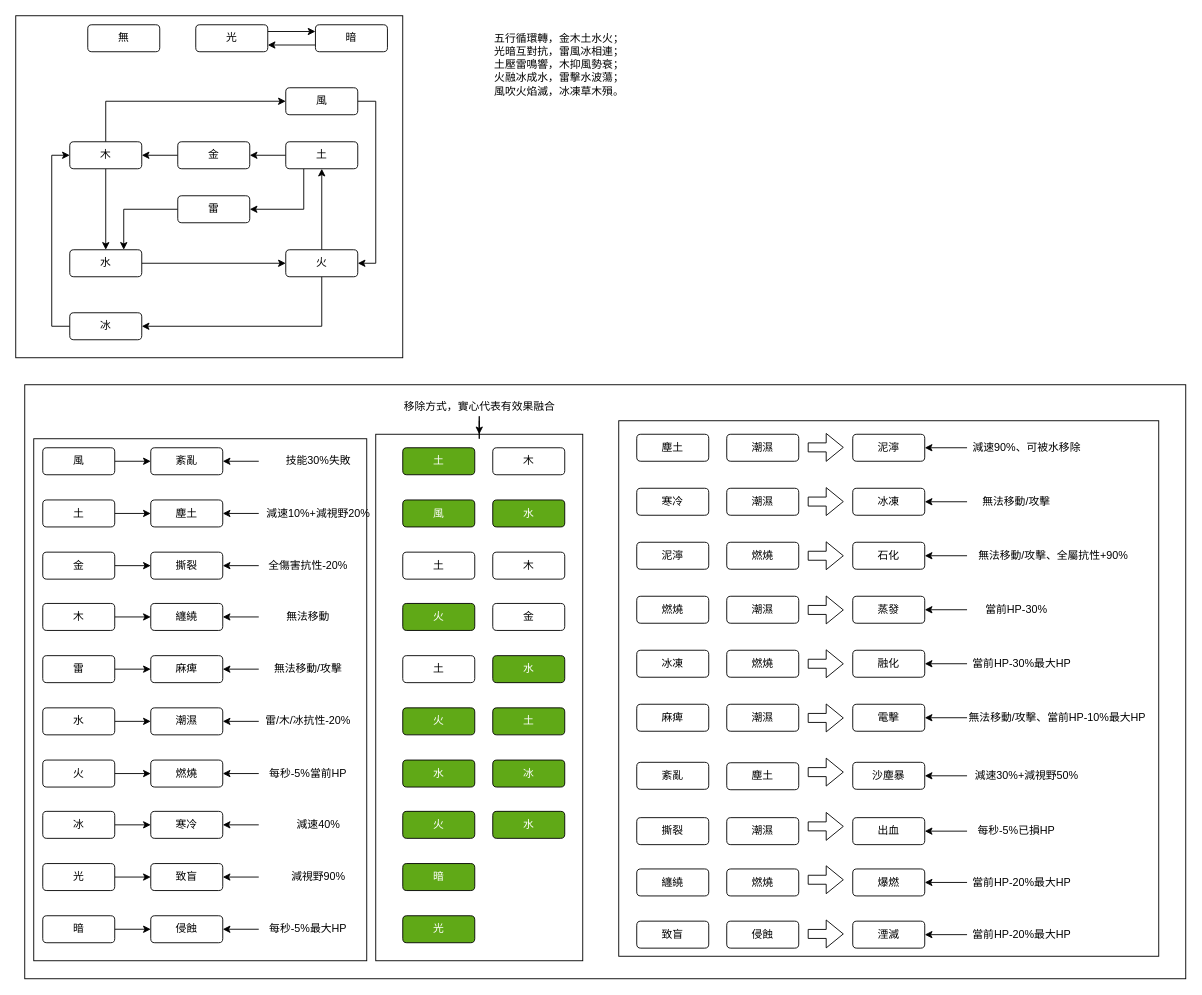
The draw.io diagram page "屬性交互表" (3 of 4) of 計劃書.drawio in jui-pixel/aoop_2025_group12_Alchmey_RPG_game, before the edit. Source tidied: cells renumbered, new cells numbered last; positions are measured from the earlier drawing's top-left corner, leaving out a move shared by most shapes. Both pictures are drawn from the tidied source at 90%, with x=0, y=0 at pixel (15, 15).
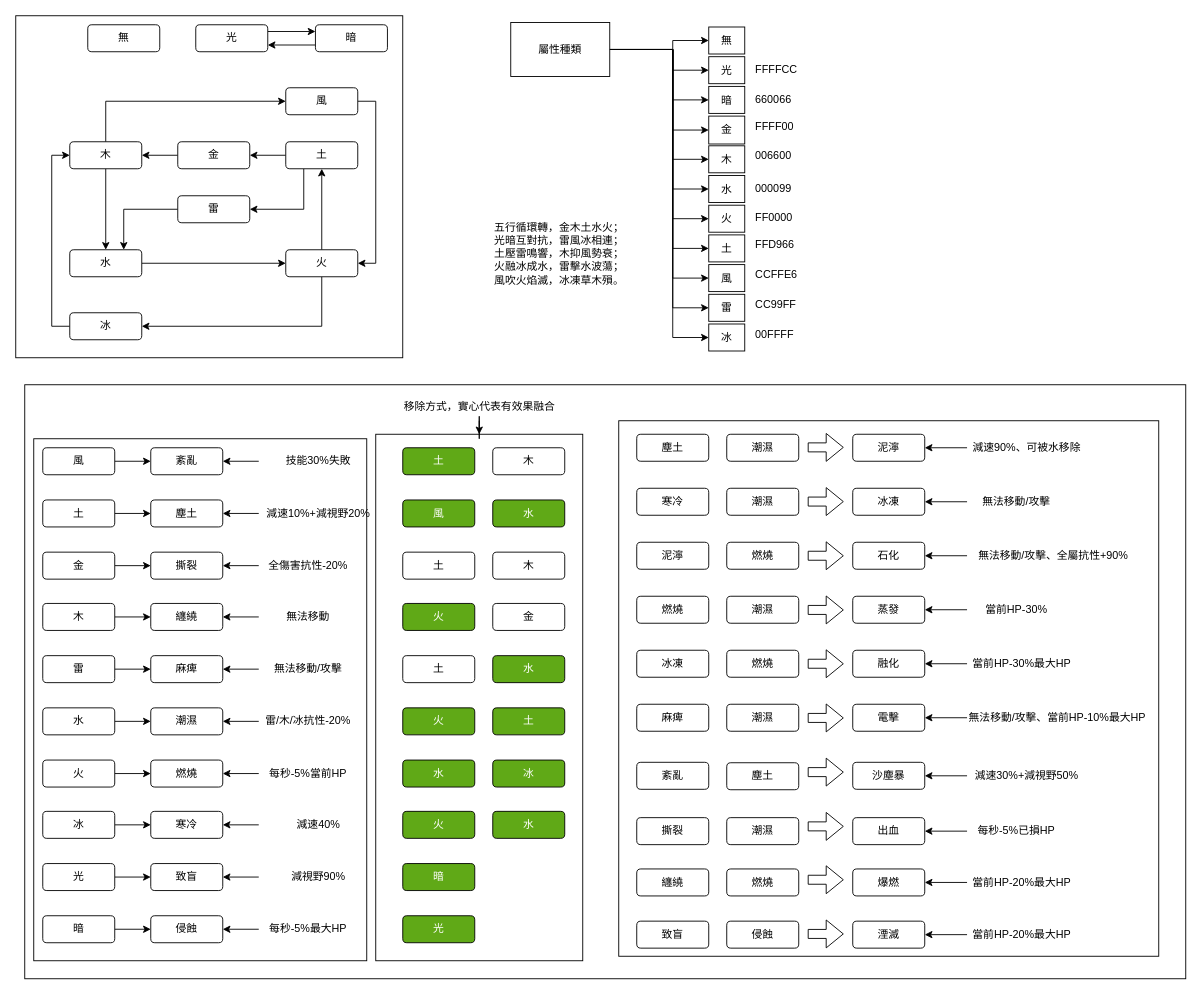
The same diagram, later.

Diff of the diagram source:
```diff
@@
     <mxCell id="2" value="&lt;p dir=&quot;auto&quot; style=&quot;white-space: pre-wrap;&quot;&gt;五行循環轉，金木土水火；&#10;光暗互對抗，雷風冰相連；&#10;土壓雷鳴響，木抑風勢衰；&#10;火融冰成水，雷擊水波蕩；&#10;風吹火焰滅，冰凍草木殞。&lt;/p&gt;" style="text;whiteSpace=wrap;html=1;labelBackgroundColor=none;" parent="1" vertex="1">
-      <mxGeometry x="530" width="170" height="110" as="geometry" />
+      <mxGeometry x="530" y="210" width="170" height="110" as="geometry" />
     </mxCell>
@@
+    <mxCell id="166" value="光" style="whiteSpace=wrap;html=1;rounded=0;strokeColor=light-dark(#000000,#FFFFCC);" parent="1" vertex="1">
+      <mxGeometry x="770" y="45.5" width="40" height="30" as="geometry" />
+    </mxCell>
+    <mxCell id="167" value="暗" style="whiteSpace=wrap;html=1;rounded=0;strokeColor=light-dark(#000000,#660066);" parent="1" vertex="1">
+      <mxGeometry x="770" y="78.5" width="40" height="30" as="geometry" />
+    </mxCell>
+    <mxCell id="168" value="金" style="whiteSpace=wrap;html=1;rounded=0;strokeColor=light-dark(#000000,#FFFF00);" parent="1" vertex="1">
+      <mxGeometry x="770" y="111.5" width="40" height="31" as="geometry" />
+    </mxCell>
+    <mxCell id="169" value="木" style="whiteSpace=wrap;html=1;rounded=0;strokeColor=light-dark(#000000,#006600);" parent="1" vertex="1">
+      <mxGeometry x="770" y="144.5" width="40" height="30" as="geometry" />
+    </mxCell>
+    <mxCell id="170" value="風" style="whiteSpace=wrap;html=1;rounded=0;strokeColor=light-dark(#000000,#CCFFE6);" parent="1" vertex="1">
+      <mxGeometry x="770" y="276.5" width="40" height="30" as="geometry" />
+    </mxCell>
+    <mxCell id="171" value="雷" style="whiteSpace=wrap;html=1;rounded=0;strokeColor=light-dark(#000000,#CC99FF);" parent="1" vertex="1">
+      <mxGeometry x="770" y="309.5" width="40" height="30" as="geometry" />
+    </mxCell>
+    <mxCell id="172" value="冰" style="whiteSpace=wrap;html=1;rounded=0;strokeColor=light-dark(#000000,#00FFFF);" parent="1" vertex="1">
+      <mxGeometry x="770" y="342.5" width="40" height="30" as="geometry" />
+    </mxCell>
+    <mxCell id="173" value="水" style="whiteSpace=wrap;html=1;rounded=0;strokeColor=light-dark(#000000,#000099);" parent="1" vertex="1">
+      <mxGeometry x="770" y="177.5" width="40" height="30" as="geometry" />
+    </mxCell>
+    <mxCell id="174" value="火" style="whiteSpace=wrap;html=1;rounded=0;strokeColor=light-dark(#000000,#FF0000);" parent="1" vertex="1">
+      <mxGeometry x="770" y="210.5" width="40" height="30" as="geometry" />
+    </mxCell>
+    <mxCell id="175" value="土" style="whiteSpace=wrap;html=1;rounded=0;strokeColor=light-dark(#000000,#FFD966);" parent="1" vertex="1">
+      <mxGeometry x="770" y="243.5" width="40" height="30" as="geometry" />
+    </mxCell>
+    <mxCell id="176" value="無" style="whiteSpace=wrap;html=1;rounded=0;" parent="1" vertex="1">
+      <mxGeometry x="770" y="12.5" width="40" height="30" as="geometry" />
+    </mxCell>
+    <mxCell id="177" style="edgeStyle=orthogonalEdgeStyle;rounded=0;jettySize=auto;html=1;entryX=0;entryY=0.5;entryDx=0;entryDy=0;" parent="1" edge="1" source="188" target="176">
+      <mxGeometry relative="1" as="geometry">
+        <Array as="points">
+          <mxPoint x="730" y="37.5" />
+          <mxPoint x="730" y="27.5" />
+        </Array>
+      </mxGeometry>
+    </mxCell>
+    <mxCell id="178" style="edgeStyle=orthogonalEdgeStyle;rounded=0;jettySize=auto;html=1;entryX=0;entryY=0.5;entryDx=0;entryDy=0;" parent="1" edge="1" source="188" target="166">
+      <mxGeometry relative="1" as="geometry">
+        <Array as="points">
+          <mxPoint x="730" y="37.5" />
+          <mxPoint x="730" y="60.5" />
+        </Array>
+      </mxGeometry>
+    </mxCell>
+    <mxCell id="179" style="edgeStyle=orthogonalEdgeStyle;rounded=0;jettySize=auto;html=1;entryX=0;entryY=0.5;entryDx=0;entryDy=0;" parent="1" edge="1" source="188" target="167">
+      <mxGeometry relative="1" as="geometry">
+        <Array as="points">
+          <mxPoint x="730" y="37.5" />
+          <mxPoint x="730" y="93.5" />
+        </Array>
+      </mxGeometry>
+    </mxCell>
+    <mxCell id="180" style="edgeStyle=orthogonalEdgeStyle;rounded=0;jettySize=auto;html=1;entryX=0;entryY=0.5;entryDx=0;entryDy=0;" parent="1" edge="1" source="188" target="168">
+      <mxGeometry relative="1" as="geometry">
+        <Array as="points">
+          <mxPoint x="730" y="37.5" />
+          <mxPoint x="730" y="127.5" />
+        </Array>
+      </mxGeometry>
+    </mxCell>
+    <mxCell id="181" style="edgeStyle=orthogonalEdgeStyle;rounded=0;jettySize=auto;html=1;entryX=0;entryY=0.5;entryDx=0;entryDy=0;" parent="1" edge="1" source="188" target="169">
+      <mxGeometry relative="1" as="geometry">
+        <Array as="points">
+          <mxPoint x="730" y="37.5" />
+          <mxPoint x="730" y="159.5" />
+        </Array>
+      </mxGeometry>
+    </mxCell>
+    <mxCell id="182" style="edgeStyle=orthogonalEdgeStyle;rounded=0;jettySize=auto;html=1;entryX=0;entryY=0.5;entryDx=0;entryDy=0;" parent="1" edge="1" source="188" target="173">
+      <mxGeometry relative="1" as="geometry">
+        <Array as="points">
+          <mxPoint x="730" y="37.5" />
+          <mxPoint x="730" y="192.5" />
+        </Array>
+      </mxGeometry>
+    </mxCell>
+    <mxCell id="183" style="edgeStyle=orthogonalEdgeStyle;rounded=0;jettySize=auto;html=1;entryX=0;entryY=0.5;entryDx=0;entryDy=0;" parent="1" edge="1" source="188" target="174">
+      <mxGeometry relative="1" as="geometry">
+        <Array as="points">
+          <mxPoint x="730" y="37.5" />
+          <mxPoint x="730" y="225.5" />
+        </Array>
+      </mxGeometry>
+    </mxCell>
+    <mxCell id="184" style="edgeStyle=orthogonalEdgeStyle;rounded=0;jettySize=auto;html=1;entryX=0;entryY=0.5;entryDx=0;entryDy=0;" parent="1" edge="1" source="188" target="175">
+      <mxGeometry relative="1" as="geometry">
+        <Array as="points">
+          <mxPoint x="730" y="37.5" />
+          <mxPoint x="730" y="258.5" />
+        </Array>
+      </mxGeometry>
+    </mxCell>
+    <mxCell id="185" style="edgeStyle=orthogonalEdgeStyle;rounded=0;jettySize=auto;html=1;entryX=0;entryY=0.5;entryDx=0;entryDy=0;" parent="1" edge="1" source="188" target="170">
+      <mxGeometry relative="1" as="geometry">
+        <Array as="points">
+          <mxPoint x="730" y="37.5" />
+          <mxPoint x="730" y="291.5" />
+        </Array>
+      </mxGeometry>
+    </mxCell>
+    <mxCell id="186" style="edgeStyle=orthogonalEdgeStyle;rounded=0;jettySize=auto;html=1;entryX=0;entryY=0.5;entryDx=0;entryDy=0;" parent="1" edge="1" source="188" target="171">
+      <mxGeometry relative="1" as="geometry">
+        <Array as="points">
+          <mxPoint x="730" y="37.5" />
+          <mxPoint x="730" y="324.5" />
+        </Array>
+      </mxGeometry>
+    </mxCell>
+    <mxCell id="187" style="edgeStyle=orthogonalEdgeStyle;rounded=0;jettySize=auto;html=1;entryX=0;entryY=0.5;entryDx=0;entryDy=0;" parent="1" edge="1" source="188" target="172">
+      <mxGeometry relative="1" as="geometry">
+        <Array as="points">
+          <mxPoint x="730" y="37.5" />
+          <mxPoint x="730" y="357.5" />
+        </Array>
+      </mxGeometry>
+    </mxCell>
+    <mxCell id="188" value="屬性種類" style="rounded=0;whiteSpace=wrap;html=1;" parent="1" vertex="1">
+      <mxGeometry x="550" y="7.5" width="110" height="60" as="geometry" />
+    </mxCell>
+    <mxCell id="189" value="FFFFCC" style="text;whiteSpace=wrap;fontColor=light-dark(#000000,#FFFFCC);" parent="1" vertex="1">
+      <mxGeometry x="820" y="45.5" width="50" height="30" as="geometry" />
+    </mxCell>
+    <mxCell id="190" value="660066" style="text;whiteSpace=wrap;fontColor=light-dark(#000000,#660066);" parent="1" vertex="1">
+      <mxGeometry x="820" y="78.5" width="50" height="30" as="geometry" />
+    </mxCell>
+    <mxCell id="191" value="FFFF00" style="text;whiteSpace=wrap;fontColor=light-dark(#000000,#FFFF00);" parent="1" vertex="1">
+      <mxGeometry x="820" y="108.5" width="50" height="30" as="geometry" />
+    </mxCell>
+    <mxCell id="192" value="006600" style="text;whiteSpace=wrap;fontColor=light-dark(#000000,#006600);" parent="1" vertex="1">
+      <mxGeometry x="820" y="141.5" width="50" height="30" as="geometry" />
+    </mxCell>
+    <mxCell id="193" value="000099" style="text;whiteSpace=wrap;fontColor=light-dark(#000000,#000099);" parent="1" vertex="1">
+      <mxGeometry x="820" y="177.5" width="50" height="30" as="geometry" />
+    </mxCell>
+    <mxCell id="194" value="FF0000" style="text;whiteSpace=wrap;fontColor=light-dark(#000000,#FF0000);" parent="1" vertex="1">
+      <mxGeometry x="820" y="210.5" width="50" height="30" as="geometry" />
+    </mxCell>
+    <mxCell id="195" value="FFD966" style="text;whiteSpace=wrap;fontColor=light-dark(#000000,#FFD966);" parent="1" vertex="1">
+      <mxGeometry x="820" y="240.5" width="50" height="30" as="geometry" />
+    </mxCell>
+    <mxCell id="196" value="CCFFE6" style="text;whiteSpace=wrap;fontColor=light-dark(#000000,#CCFFE6);" parent="1" vertex="1">
+      <mxGeometry x="820" y="273.5" width="50" height="30" as="geometry" />
+    </mxCell>
+    <mxCell id="197" value="CC99FF" style="text;whiteSpace=wrap;fontColor=light-dark(#000000,#CC99FF);" parent="1" vertex="1">
+      <mxGeometry x="820" y="306.5" width="50" height="30" as="geometry" />
+    </mxCell>
+    <mxCell id="198" value="00FFFF" style="text;whiteSpace=wrap;fontColor=light-dark(#000000,#00FFFF);" parent="1" vertex="1">
+      <mxGeometry x="820" y="339.5" width="50" height="30" as="geometry" />
+    </mxCell>
```
